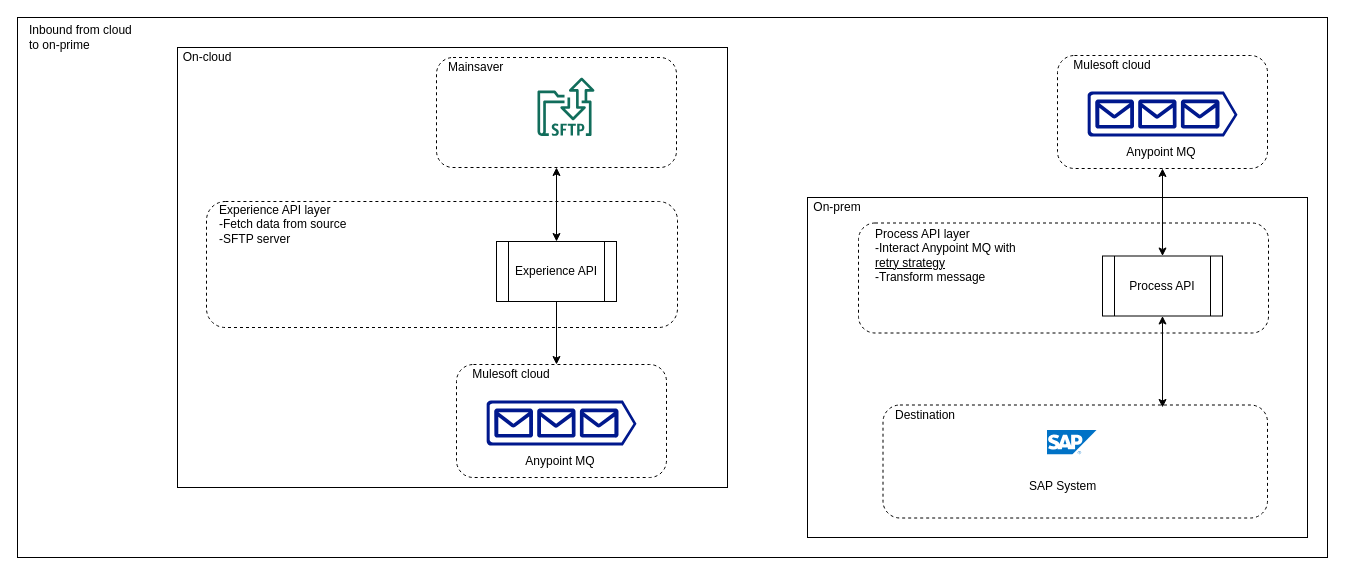
The draw.io diagram page "Pattern_2" (3 of 4) of Untitled Diagram.drawio in Jaktip/jty-fn, before the edit. Source tidied: cells renumbered, new cells numbered last; positions are measured from the earlier drawing's top-left corner, leaving out a move shared by most shapes. Both pictures are drawn from the tidied source at 100%, with x=0, y=0 at pixel (17, 17). Pictures stored in the file or linked from it are replaced by grey dashed boxes.
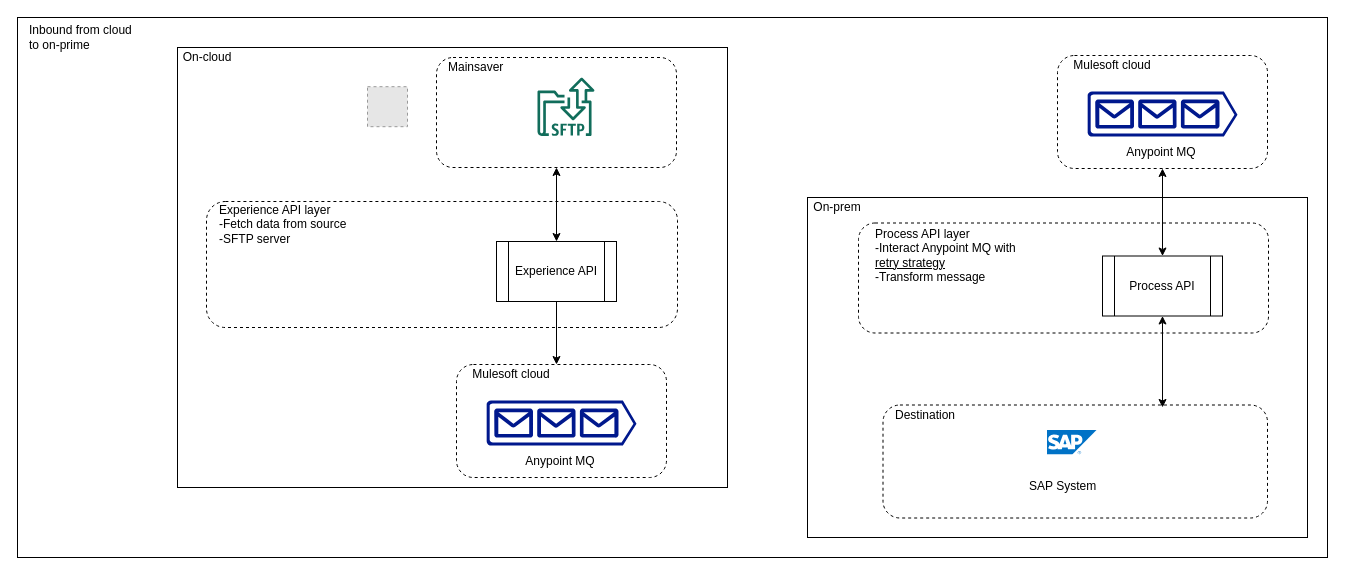
The same diagram, later.

Change to the diagram source:
```diff
@@
+    <mxCell id="33" style="fillColor=#E6E6E6;strokeColor=#999999;dashed=1;html=1;verticalAlign=top;verticalLabelPosition=bottom;labelBackgroundColor=#ffffff;" parent="1" vertex="1">
+      <mxGeometry x="350" y="69.2" width="40" height="40" as="geometry" />
+    </mxCell>
```
